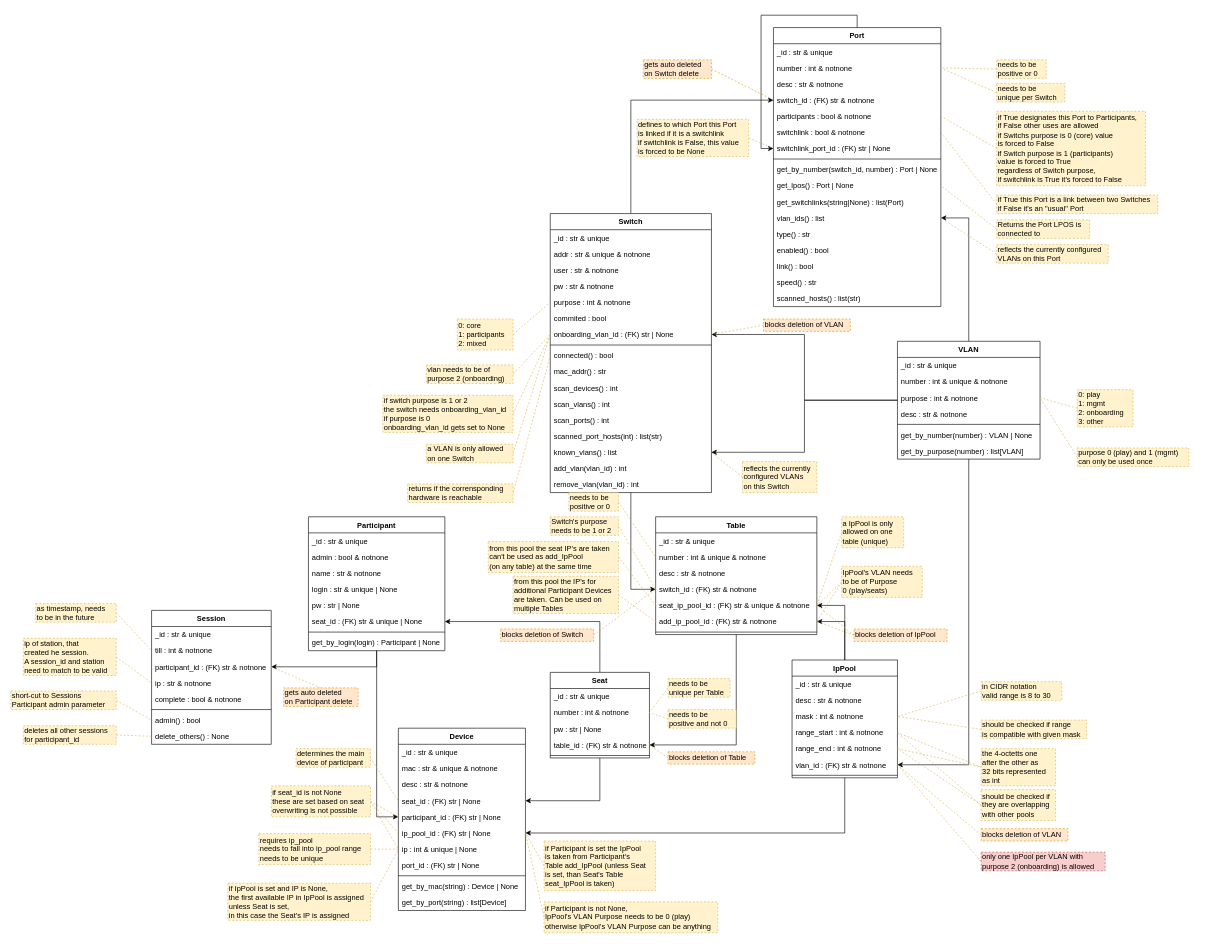
The draw.io diagram docs/elements_classes.drawio in nils-ost/LanPartyOnboardingSystem, before the edit. Source tidied: cells renumbered, new cells numbered last; positions are measured from the earlier drawing's top-left corner, leaving out a move shared by most shapes. Both pictures are drawn from the tidied source at 62%, with x=0, y=0 at pixel (11, 27).
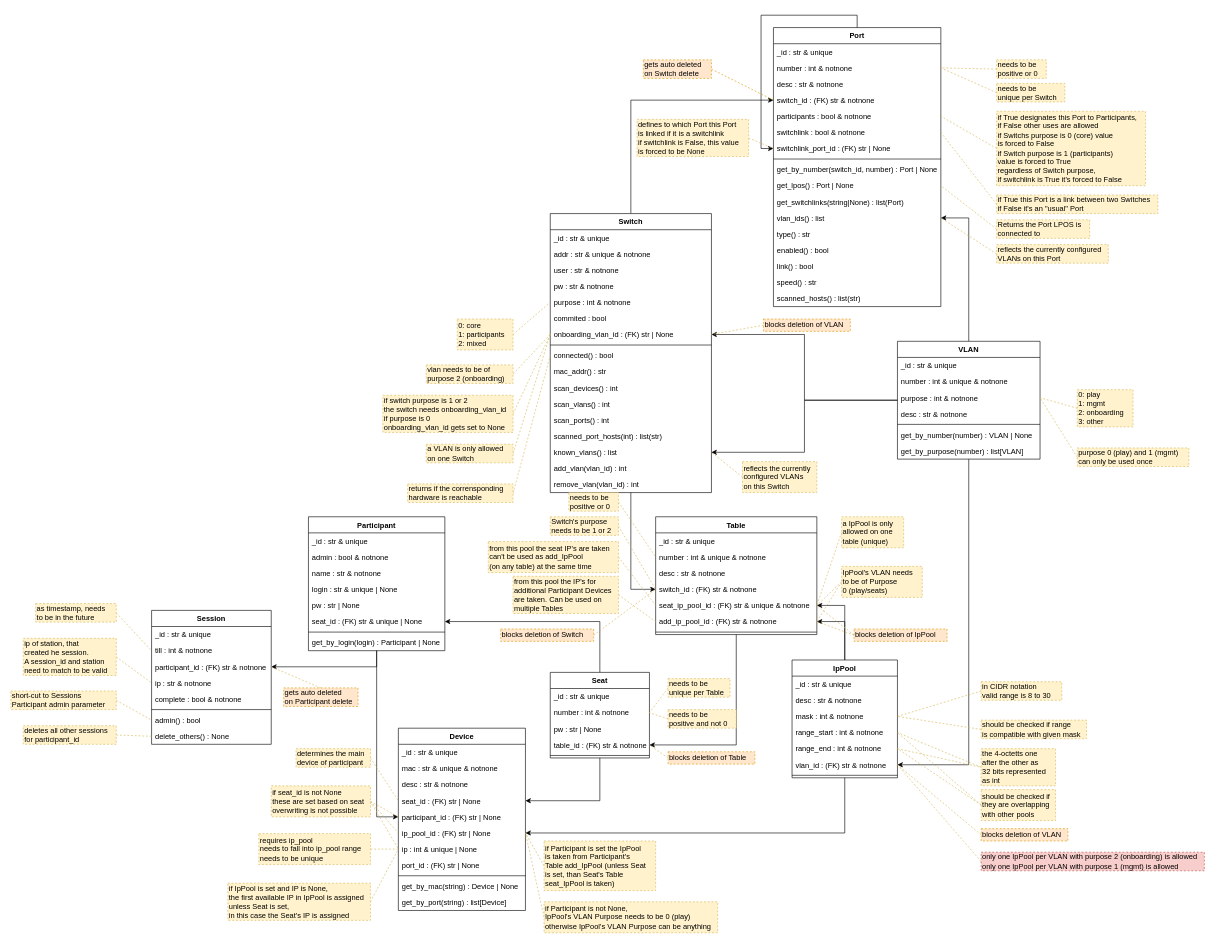
Above is the later version.

Change to the diagram source:
```diff
@@
-    <mxCell id="170" value="only one IpPool per VLAN with&lt;br&gt;purpose 2 (onboarding) is allowed" style="rounded=0;whiteSpace=wrap;html=1;fillColor=#f8cecc;strokeColor=#b85450;dashed=1;align=left;verticalAlign=middle;horizontal=1;labelPosition=center;verticalLabelPosition=middle;" parent="1" vertex="1">
-      <mxGeometry x="1565" y="1330" width="200" height="30" as="geometry" />
+    <mxCell id="170" value="only one IpPool per VLAN with purpose 2 (onboarding) is allowed&lt;br&gt;only one IpPool per VLAN with purpose 1 (mgmt) is allowed" style="rounded=0;whiteSpace=wrap;html=1;fillColor=#f8cecc;strokeColor=#b85450;dashed=1;align=left;verticalAlign=middle;horizontal=1;labelPosition=center;verticalLabelPosition=middle;" parent="1" vertex="1">
+      <mxGeometry x="1565" y="1330" width="360" height="30" as="geometry" />
     </mxCell>
```
